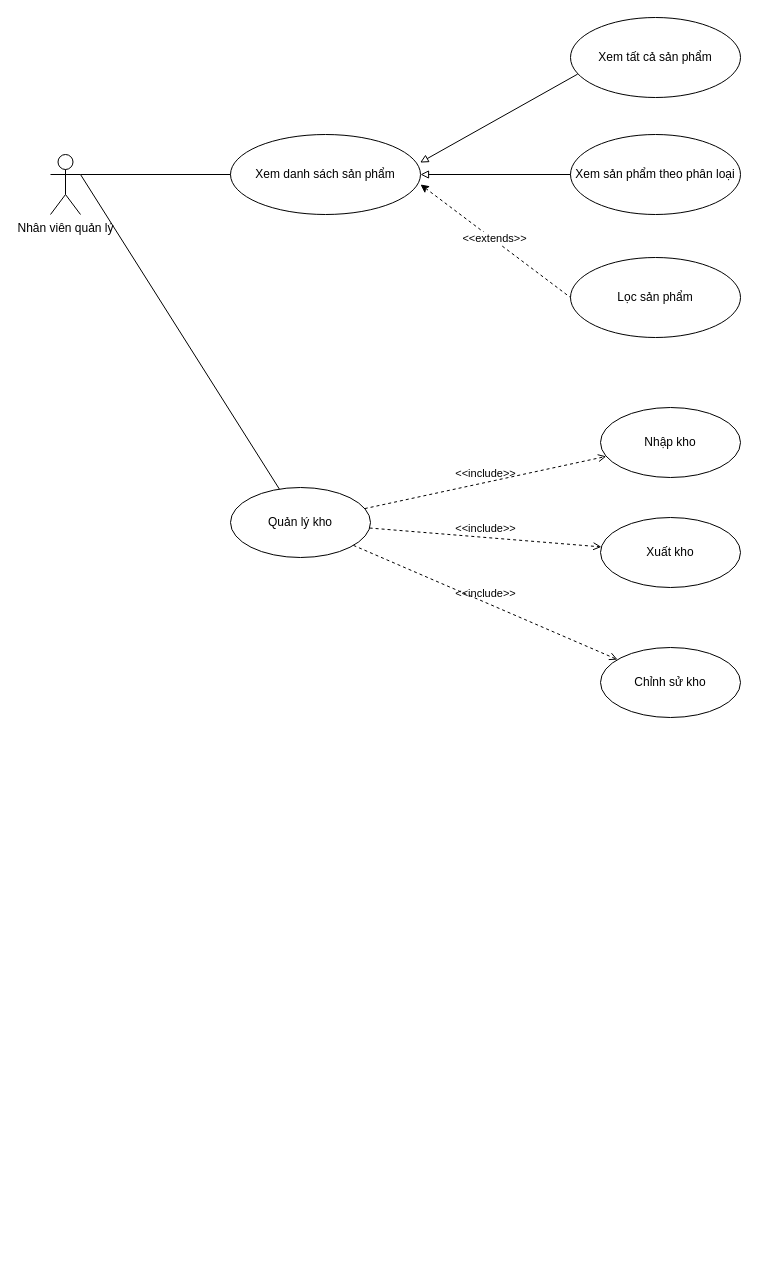
Before: Documents/Usecase_BookStore.drawio in nphuonha2101/BookStore_Software-Engineering, a draw.io diagram. Source tidied: cells renumbered, new cells numbered last; positions are measured from the earlier drawing's top-left corner, leaving out a move shared by most shapes. Both pictures are drawn from the tidied source at 100%, with x=0, y=0 at pixel (50, 17).
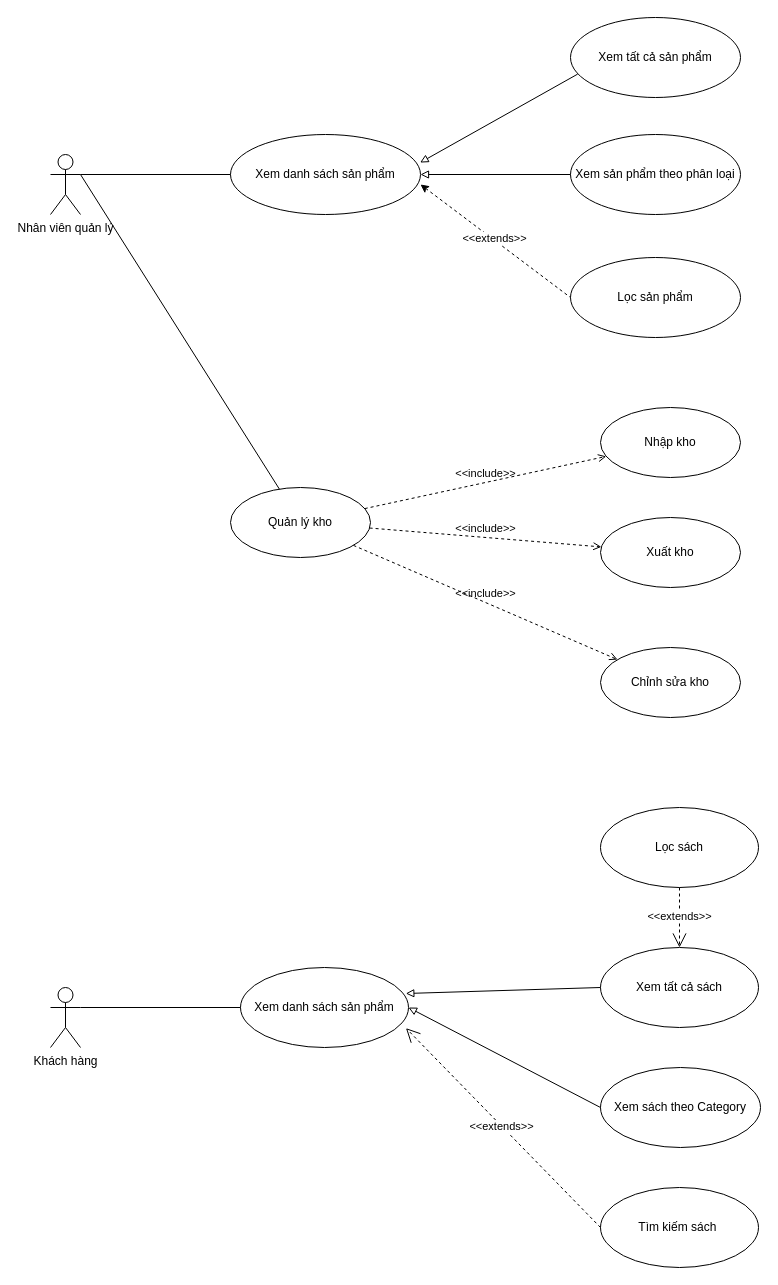
The same diagram, later.

Commit message:
feat: add product usecases for client

What changed in the source:
```diff
@@
-    <mxCell id="16" value="Chỉnh sử kho" style="ellipse;whiteSpace=wrap;html=1;" parent="1" vertex="1">
+    <mxCell id="16" value="Chỉnh sửa&lt;span style=&quot;background-color: initial;&quot;&gt;&amp;nbsp;kho&lt;/span&gt;" style="ellipse;whiteSpace=wrap;html=1;" parent="1" vertex="1">
       <mxGeometry x="550" y="630" width="140" height="70" as="geometry" />
     </mxCell>
@@
+    <mxCell id="20" value="Khách hàng" style="shape=umlActor;verticalLabelPosition=bottom;verticalAlign=top;html=1;" parent="1" vertex="1">
+      <mxGeometry y="970" width="30" height="60" as="geometry" />
+    </mxCell>
+    <mxCell id="21" value="Xem danh sách sản phẩm" style="ellipse;whiteSpace=wrap;html=1;" parent="1" vertex="1">
+      <mxGeometry x="190" y="950" width="168" height="80" as="geometry" />
+    </mxCell>
+    <mxCell id="22" value="Xem tất cả sách" style="ellipse;whiteSpace=wrap;html=1;" parent="1" vertex="1">
+      <mxGeometry x="550" y="930" width="158" height="80" as="geometry" />
+    </mxCell>
+    <mxCell id="23" value="Xem sách theo Category" style="ellipse;whiteSpace=wrap;html=1;" parent="1" vertex="1">
+      <mxGeometry x="550" y="1050" width="160" height="80" as="geometry" />
+    </mxCell>
+    <mxCell id="24" value="Lọc sách" style="ellipse;whiteSpace=wrap;html=1;" parent="1" vertex="1">
+      <mxGeometry x="550" y="790" width="158" height="80" as="geometry" />
+    </mxCell>
+    <mxCell id="25" value="Tìm kiếm sách&amp;nbsp;" style="ellipse;whiteSpace=wrap;html=1;" parent="1" vertex="1">
+      <mxGeometry x="550" y="1170" width="158" height="80" as="geometry" />
+    </mxCell>
+    <mxCell id="26" style="endArrow=none;endFill=0;endSize=24;html=1;rounded=0;entryX=0;entryY=0.5;entryDx=0;entryDy=0;exitX=0.984;exitY=0.325;exitDx=0;exitDy=0;exitPerimeter=0;startArrow=block;startFill=0;" parent="1" edge="1" source="21" target="22">
+      <mxGeometry relative="1" as="geometry" />
+    </mxCell>
+    <mxCell id="27" style="endArrow=none;endFill=0;endSize=24;html=1;rounded=0;exitX=1;exitY=0.5;exitDx=0;exitDy=0;startArrow=block;startFill=0;entryX=0;entryY=0.5;entryDx=0;entryDy=0;" parent="1" edge="1" source="21" target="23">
+      <mxGeometry relative="1" as="geometry" />
+    </mxCell>
+    <mxCell id="28" style="endArrow=open;endFill=1;endSize=12;html=1;rounded=0;exitX=0.5;exitY=1;exitDx=0;exitDy=0;entryX=0.5;entryY=0;entryDx=0;entryDy=0;dashed=1;" parent="1" edge="1" source="24" target="22">
+      <mxGeometry relative="1" as="geometry" />
+    </mxCell>
+    <mxCell id="29" value="&amp;lt;&amp;lt;extends&amp;gt;&amp;gt;" style="edgeLabel;html=1;align=center;verticalAlign=middle;" parent="28" vertex="1">
+      <mxGeometry x="-0.08" y="-1" relative="1" as="geometry" />
+    </mxCell>
+    <mxCell id="30" style="endArrow=none;endFill=0;endSize=24;html=1;rounded=0;exitX=1;exitY=0.3333333333333333;exitDx=0;exitDy=0;exitPerimeter=0;entryX=0;entryY=0.5;entryDx=0;entryDy=0;" parent="1" edge="1" source="20" target="21">
+      <mxGeometry relative="1" as="geometry" />
+    </mxCell>
+    <mxCell id="31" style="endArrow=open;endFill=1;endSize=12;html=1;rounded=0;entryX=0.985;entryY=0.758;entryDx=0;entryDy=0;entryPerimeter=0;exitX=0;exitY=0.5;exitDx=0;exitDy=0;dashed=1;" parent="1" edge="1" source="25" target="21">
+      <mxGeometry relative="1" as="geometry" />
+    </mxCell>
+    <mxCell id="32" value="&amp;lt;&amp;lt;extends&amp;gt;&amp;gt;" style="edgeLabel;html=1;align=center;verticalAlign=middle;" parent="31" vertex="1">
+      <mxGeometry x="0.02" relative="1" as="geometry" />
+    </mxCell>
```
